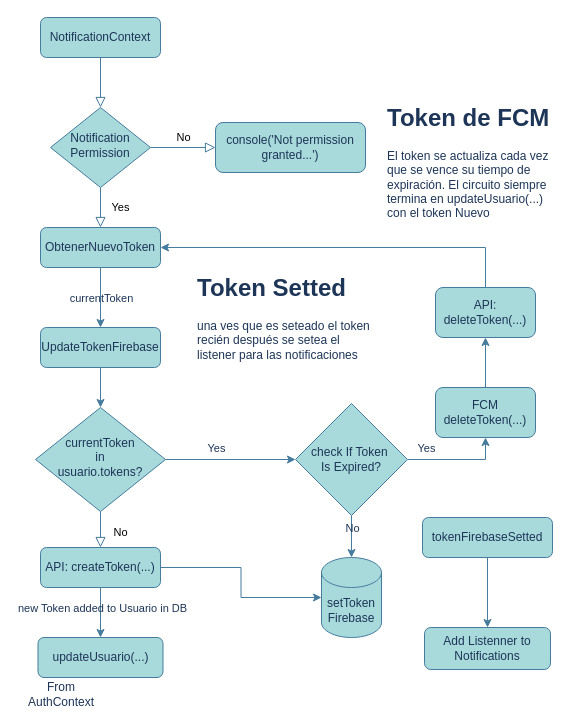
ariel0000/bar-app-diagrams keeps this draw.io diagram as FCM ciclo de vida Token.drawio. Above is the earlier version. Source tidied: cells renumbered, new cells numbered last; positions are measured from the earlier drawing's top-left corner, leaving out a move shared by most shapes. Both pictures are drawn from the tidied source at 100%, with x=0, y=0 at pixel (31, 17).
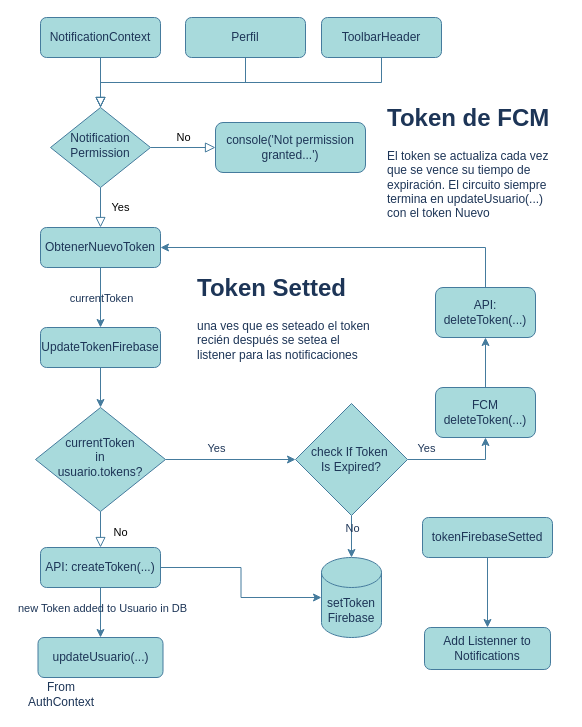
The same diagram, later.

The change refers to these unchanged cells:
```xml
<mxCell id="6" value="Notification Permission" style="rhombus;whiteSpace=wrap;html=1;shadow=0;fontFamily=Helvetica;fontSize=12;align=center;strokeWidth=1;spacing=6;spacingTop=-4;labelBackgroundColor=none;fillColor=#A8DADC;strokeColor=#457B9D;fontColor=#1D3557;" parent="1" vertex="1">
  <mxGeometry x="19" y="90" width="100" height="80" as="geometry" />
</mxCell>
```

The edit, as a diff of the source:
```diff
@@
+    <mxCell id="38" value="Perfil" style="rounded=1;whiteSpace=wrap;html=1;fontSize=12;glass=0;strokeWidth=1;shadow=0;labelBackgroundColor=none;fillColor=#A8DADC;strokeColor=#457B9D;fontColor=#1D3557;" parent="1" vertex="1">
+      <mxGeometry x="154" width="120" height="40" as="geometry" />
+    </mxCell>
+    <mxCell id="39" value="ToolbarHeader" style="rounded=1;whiteSpace=wrap;html=1;fontSize=12;glass=0;strokeWidth=1;shadow=0;labelBackgroundColor=none;fillColor=#A8DADC;strokeColor=#457B9D;fontColor=#1D3557;" parent="1" vertex="1">
+      <mxGeometry x="290" width="120" height="40" as="geometry" />
+    </mxCell>
+    <mxCell id="40" style="rounded=0;html=1;jettySize=auto;fontSize=11;endArrow=block;endFill=0;endSize=8;strokeWidth=1;shadow=0;labelBackgroundColor=none;edgeStyle=orthogonalEdgeStyle;fontColor=default;strokeColor=#457B9D;exitX=0.5;exitY=1;exitDx=0;exitDy=0;entryX=0.5;entryY=0;entryDx=0;entryDy=0;" parent="1" edge="1" source="38" target="6">
+      <mxGeometry relative="1" as="geometry" />
+    </mxCell>
+    <mxCell id="41" style="rounded=0;html=1;jettySize=auto;fontSize=11;endArrow=block;endFill=0;endSize=8;strokeWidth=1;shadow=0;labelBackgroundColor=none;edgeStyle=orthogonalEdgeStyle;fontColor=default;strokeColor=#457B9D;exitX=0.5;exitY=1;exitDx=0;exitDy=0;entryX=0.5;entryY=0;entryDx=0;entryDy=0;" parent="1" edge="1" source="39" target="6">
+      <mxGeometry relative="1" as="geometry" />
+    </mxCell>
```
